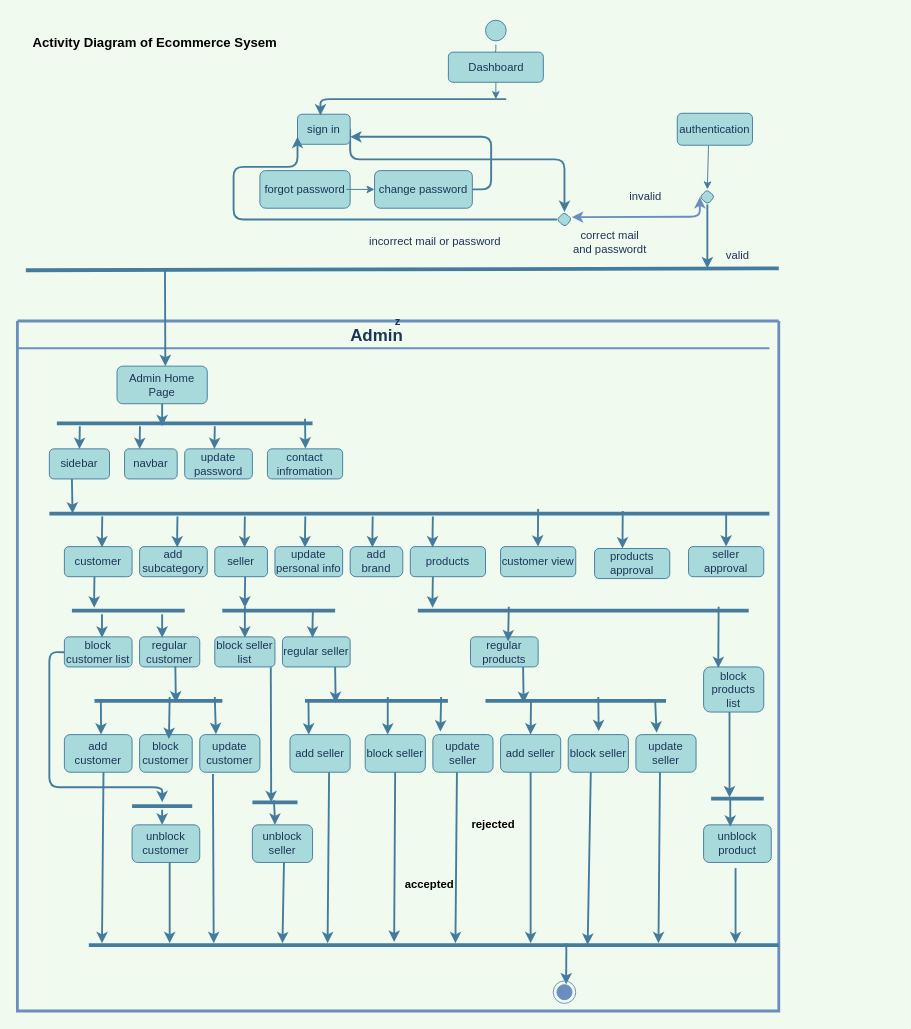
The draw.io diagram Activity Diagram Customer.drawio in Nasrinjaha/Click-Collect, before the edit. Source tidied: cells renumbered, new cells numbered last; positions are measured from the earlier drawing's top-left corner, leaving out a move shared by most shapes. Both pictures are drawn from the tidied source at 94%, with x=0, y=0 at pixel (17, 16).
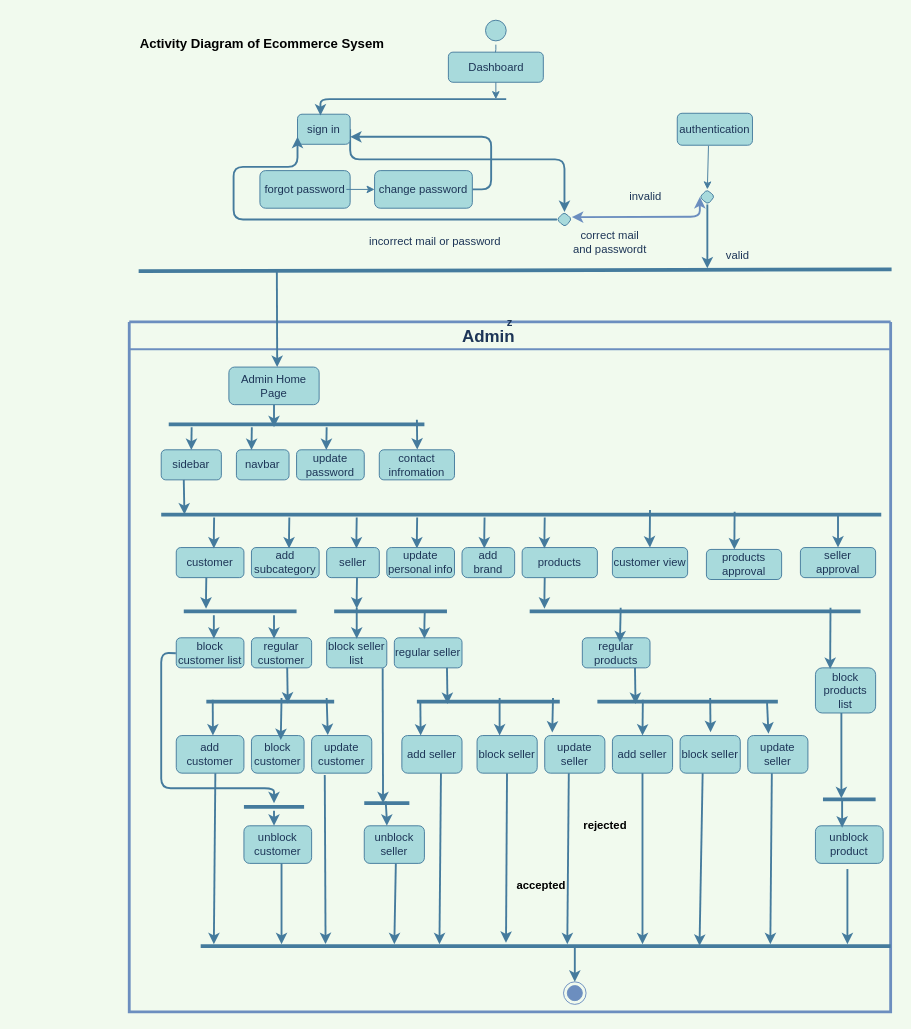
The same page after the edit.

Commit message:
Update Activity Diagram Admin.drawio

The edit, as a diff of the source:
```diff
@@
     <mxCell id="16" style="endArrow=none;html=1;strokeWidth=4;labelBackgroundColor=#F1FAEE;strokeColor=#457B9D;fontColor=#1D3557;rounded=1;" parent="1" edge="1">
       <mxGeometry relative="1" as="geometry">
-        <mxPoint x="9" y="270" as="sourcePoint" />
-        <mxPoint x="810" y="268" as="targetPoint" />
+        <mxPoint x="129" y="271" as="sourcePoint" />
+        <mxPoint x="930" y="269" as="targetPoint" />
       </mxGeometry>
     </mxCell>
     <mxCell id="17" value="z" style="swimlane;startSize=0;strokeWidth=3;fillColor=#A8DADC;strokeColor=#6C8EBF;fontColor=#1D3557;rounded=1;" parent="1" vertex="1">
-      <mxGeometry y="324" width="810" height="734" as="geometry" />
+      <mxGeometry x="119" y="325" width="810" height="734" as="geometry" />
     </mxCell>
@@
     <mxCell id="19" style="line;strokeWidth=2;html=1;strokeColor=#6C8EBF;fillColor=#0E8088;" parent="17" vertex="1">
-      <mxGeometry y="24" width="800" height="10" as="geometry" />
+      <mxGeometry y="24" width="810" height="10" as="geometry" />
     </mxCell>
@@
-    <mxCell id="120" style="edgeStyle=none;orthogonalLoop=1;jettySize=auto;html=1;strokeWidth=2;fontSize=19;labelBackgroundColor=#F1FAEE;strokeColor=#457B9D;fontColor=#1D3557;rounded=1;entryX=1;entryY=0;entryDx=0;entryDy=0;" parent="17" edge="1">
-      <mxGeometry relative="1" as="geometry">
-        <mxPoint x="584" y="662" as="sourcePoint" />
-        <mxPoint x="583.8" y="705.7" as="targetPoint" />
-      </mxGeometry>
-    </mxCell>
     <mxCell id="121" style="ellipse;html=1;shape=endState;fillColor=#6C8EBF;strokeColor=#6C8EBF;" parent="17" vertex="1">
-      <mxGeometry x="570" y="702" width="24" height="24" as="geometry" />
+      <mxGeometry x="462" y="702" width="24" height="24" as="geometry" />
     </mxCell>
+    <mxCell id="131" style="edgeStyle=none;jettySize=auto;html=1;strokeWidth=2;fontSize=19;labelBackgroundColor=#F1FAEE;strokeColor=#457B9D;fontColor=#1D3557;rounded=1;entryX=0.5;entryY=0;entryDx=0;entryDy=0;" parent="17" edge="1" target="121">
+      <mxGeometry relative="1" as="geometry">
+        <mxPoint x="474" y="664" as="sourcePoint" />
+      </mxGeometry>
+    </mxCell>
@@
     <mxCell id="130" value="&lt;b&gt;&lt;font style=&quot;font-size: 14px;&quot;&gt;Activity Diagram of Ecommerce Sysem&lt;/font&gt;&lt;/b&gt;" style="text;html=1;align=center;verticalAlign=middle;strokeColor=none;fillColor=none;" parent="1" vertex="1">
-      <mxGeometry x="6" y="8" width="280" height="40" as="geometry" />
+      <mxGeometry x="120" y="9" width="280" height="40" as="geometry" />
     </mxCell>
```
